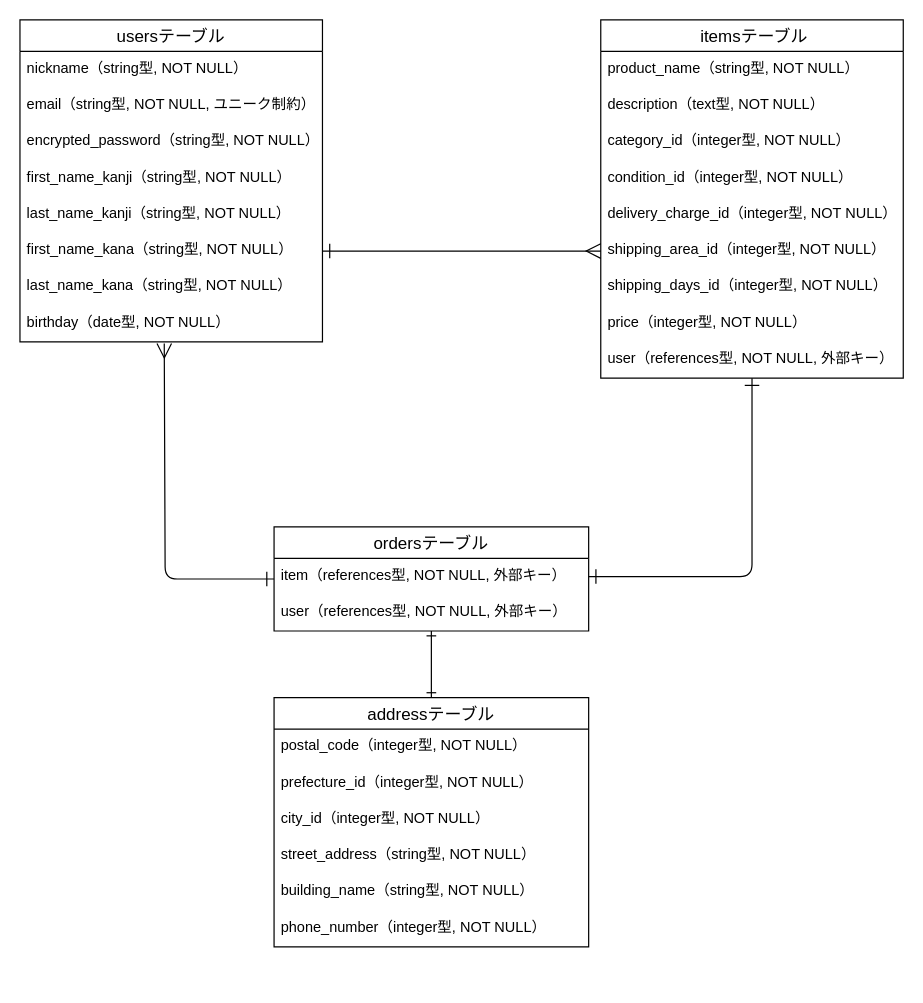
Above: test.dio in Tanaka925/furima-40189 (draw.io), before the change. Source tidied: cells renumbered, new cells numbered last; positions are measured from the earlier drawing's top-left corner, leaving out a move shared by most shapes. Both pictures are drawn from the tidied source at 121%, with x=0, y=0 at pixel (19, 19).
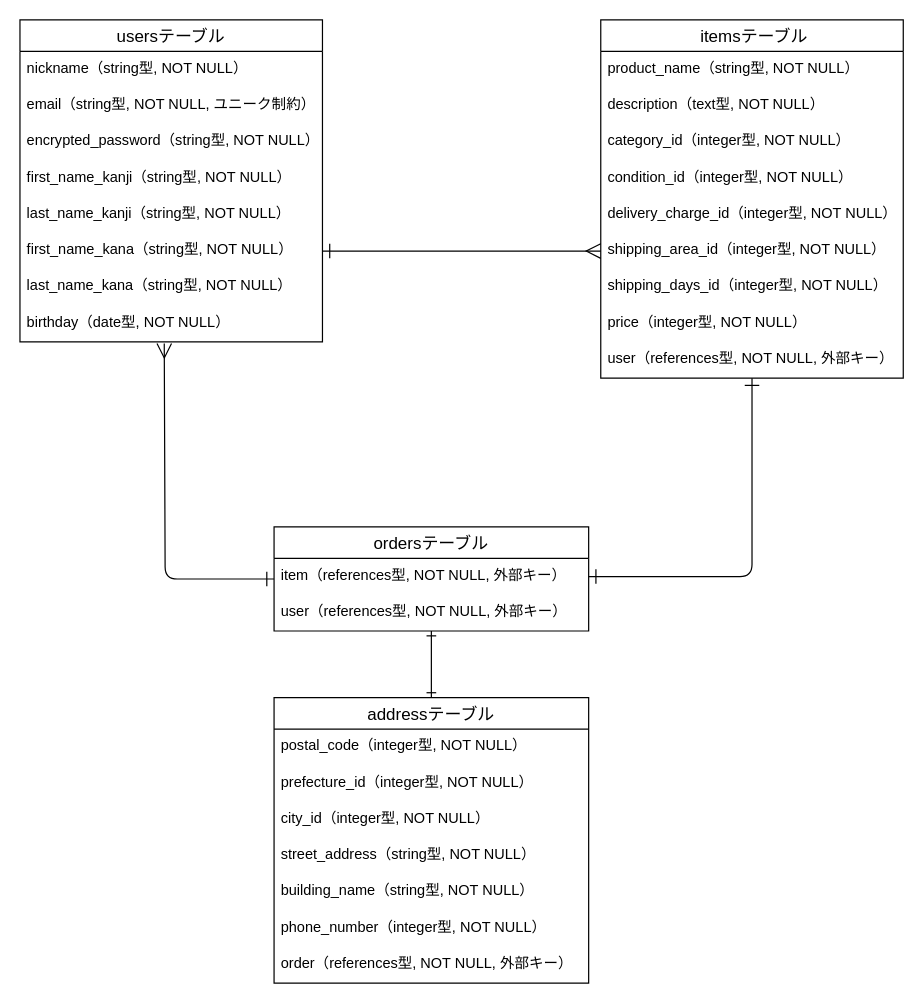
Above is the later version.

The edit, as a diff of the source:
```diff
@@
     <mxCell id="22" value="addressテーブル" style="swimlane;fontStyle=0;horizontal=1;startSize=26;align=center;fontSize=14;" parent="1" vertex="1">
-      <mxGeometry x="210" y="560" width="260" height="206" as="geometry" />
+      <mxGeometry x="210" y="560" width="260" height="236" as="geometry" />
     </mxCell>
@@
+    <mxCell id="35" value="order（references型, NOT NULL, 外部キー）" style="text;strokeColor=none;fillColor=none;spacingLeft=4;spacingRight=4;overflow=hidden;fontSize=12;" parent="22" vertex="1">
+      <mxGeometry y="206" width="260" height="30" as="geometry" />
+    </mxCell>
```
